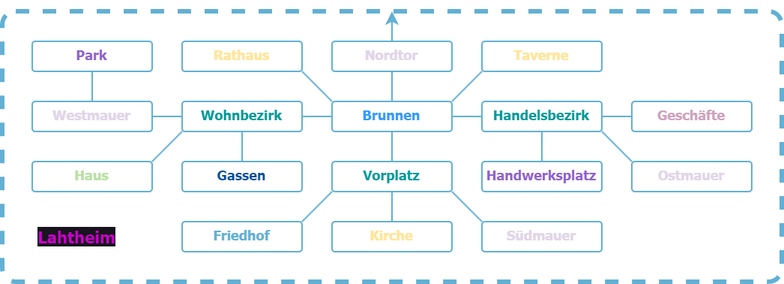
Above: src/assets/Lahtheim.png in Nora404/blauerDrache (draw.io), before the change. Source tidied: cells renumbered, new cells last; positions are measured from the earlier drawing's top-left corner, leaving out a move shared by most shapes.
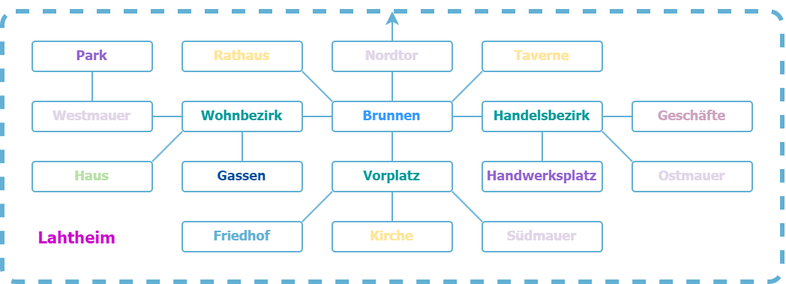
Above is the later version.

What changed in the source:
```diff
@@ -105,7 +105,7 @@
     <mxCell id="34" value="&lt;font color=&quot;#e1d5e7&quot;&gt;Westmauer&lt;/font&gt;" style="rounded=1;arcSize=10;whiteSpace=wrap;html=1;align=center;fillColor=none;fontColor=#62B0D4;strokeColor=#62B0D4;fontFamily=Tahoma;fontStyle=1;fontSize=9;" parent="1" vertex="1">
       <mxGeometry x="20" y="60" width="80" height="20" as="geometry" />
     </mxCell>
-    <mxCell id="35" value="&lt;b&gt;&lt;font style=&quot;font-size: 11px;&quot; color=&quot;#cc00cc&quot;&gt;Lahtheim&lt;/font&gt;&lt;/b&gt;" style="text;html=1;align=center;verticalAlign=middle;whiteSpace=wrap;rounded=0;fontFamily=Tahoma;fontSize=9;fontColor=#62B0D4;labelBackgroundColor=default;" parent="1" vertex="1">
+    <mxCell id="35" value="&lt;b&gt;&lt;font color=&quot;#cc00cc&quot; style=&quot;font-size: 11px;&quot;&gt;Lahtheim&lt;/font&gt;&lt;/b&gt;" style="text;html=1;align=center;verticalAlign=middle;whiteSpace=wrap;rounded=0;fontFamily=Tahoma;fontSize=9;fontColor=#62B0D4;labelBackgroundColor=none;" parent="1" vertex="1">
       <mxGeometry x="20" y="140" width="60" height="20" as="geometry" />
     </mxCell>
     <mxCell id="36" value="&lt;font color=&quot;#8f60cc&quot;&gt;Park&lt;/font&gt;" style="rounded=1;arcSize=10;whiteSpace=wrap;html=1;align=center;fillColor=none;fontColor=#62B0D4;strokeColor=#62B0D4;fontFamily=Tahoma;fontStyle=1;fontSize=9;" parent="1" vertex="1">
```
